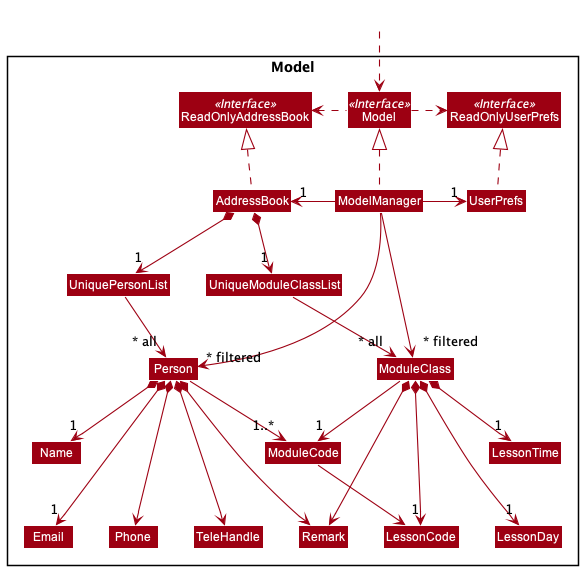
This is docs/diagrams/ModelClassDiagram.png from nus-cs2103-AY2122S1/tp, a PlantUML export, as it was before one commit. Source of this version:
```plantuml
@startuml
!include style.puml
skinparam arrowThickness 1.1
skinparam arrowColor MODEL_COLOR
skinparam classBackgroundColor MODEL_COLOR

Package Model <<Rectangle>>{
Interface ReadOnlyAddressBook <<Interface>>
Interface ReadOnlyUserPrefs <<Interface>>
Interface Model <<Interface>>
Class AddressBook
Class ReadOnlyAddressBook
Class Model
Class ModelManager
Class UserPrefs
Class ReadOnlyUserPrefs

Class UniquePersonList
Class Person
Class UniqueModuleClassList
Class ModuleClass

Class Name
Class Email
Class Phone
Class TeleHandle
Class Remark
Class ModuleCode
Class LessonCode
Class LessonDay
Class LessonTime

}

Class HiddenOutside #FFFFFF
HiddenOutside ..> Model

AddressBook .up.|> ReadOnlyAddressBook

ModelManager .up.|> Model
Model .right.> ReadOnlyUserPrefs
Model .left.> ReadOnlyAddressBook
ModelManager -left-> "1" AddressBook
ModelManager -right-> "1" UserPrefs
UserPrefs .up.|> ReadOnlyUserPrefs

AddressBook *--> "1" UniquePersonList
UniquePersonList --> "~* all" Person
Person *--> "1" Name
Person *---> "1" Email
Person *---> Phone
Person *---> TeleHandle
Person --> "1..*" ModuleCode
Person *---> Remark
AddressBook *--> "1" UniqueModuleClassList
UniqueModuleClassList --> "~* all" ModuleClass
ModuleClass *--> Remark
ModuleClass --> "1" ModuleCode
ModuleClass *---> "1" LessonCode
ModuleClass *---> "1" LessonDay
ModuleClass *--> "1" LessonTime
ModuleCode --> LessonCode


ModelManager -->"~* filtered" Person
ModelManager --> "~* filtered" ModuleClass
@enduml
```
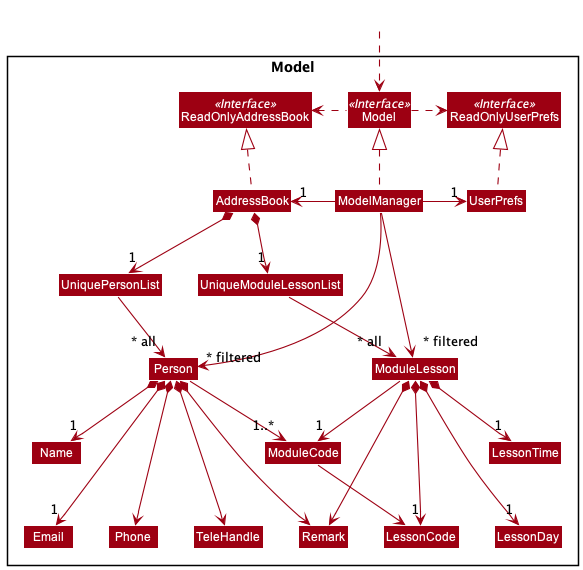
Later version of the same file.

Commit message:
Update DG for Model component

Change to the diagram source:
```diff
@@ -17,8 +17,8 @@
 
 Class UniquePersonList
 Class Person
-Class UniqueModuleClassList
-Class ModuleClass
+Class UniqueModuleLessonList
+Class ModuleLesson
 
 Class Name
 Class Email
@@ -52,16 +52,16 @@
 Person *---> TeleHandle
 Person --> "1..*" ModuleCode
 Person *---> Remark
-AddressBook *--> "1" UniqueModuleClassList
-UniqueModuleClassList --> "~* all" ModuleClass
-ModuleClass *--> Remark
-ModuleClass --> "1" ModuleCode
-ModuleClass *---> "1" LessonCode
-ModuleClass *---> "1" LessonDay
-ModuleClass *--> "1" LessonTime
+AddressBook *--> "1" UniqueModuleLessonList
+UniqueModuleLessonList --> "~* all" ModuleLesson
+ModuleLesson *--> Remark
+ModuleLesson --> "1" ModuleCode
+ModuleLesson *---> "1" LessonCode
+ModuleLesson *---> "1" LessonDay
+ModuleLesson *--> "1" LessonTime
 ModuleCode --> LessonCode
 
 
 ModelManager -->"~* filtered" Person
-ModelManager --> "~* filtered" ModuleClass
+ModelManager --> "~* filtered" ModuleLesson
 @enduml
```
